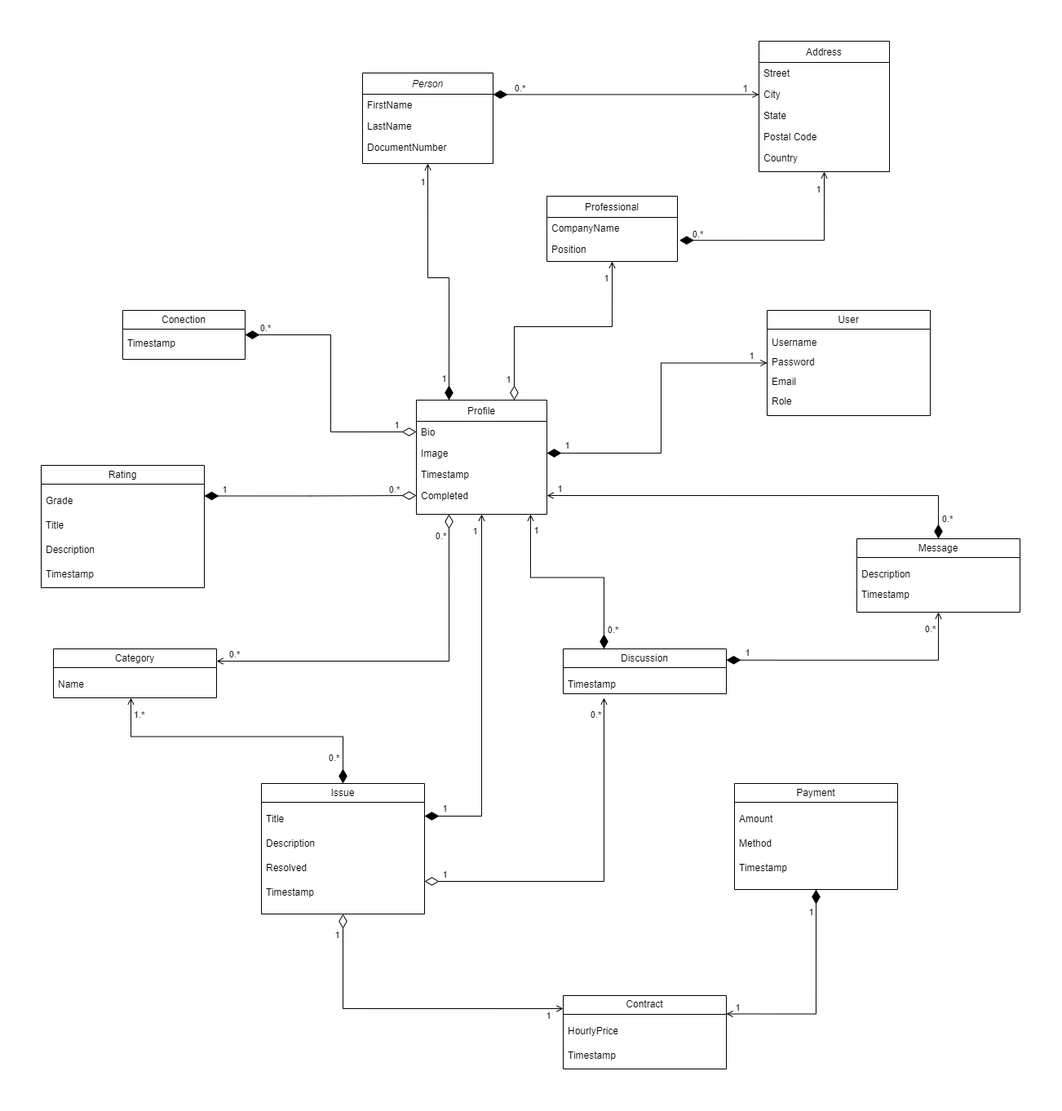
Before: assets/diagrams/Class Diagram.png, a diagram exported from draw.io (messiasGeovani/specialister-docs). Source tidied: cells renumbered, new cells last; positions are measured from the earlier drawing's top-left corner, leaving out a move shared by most shapes.
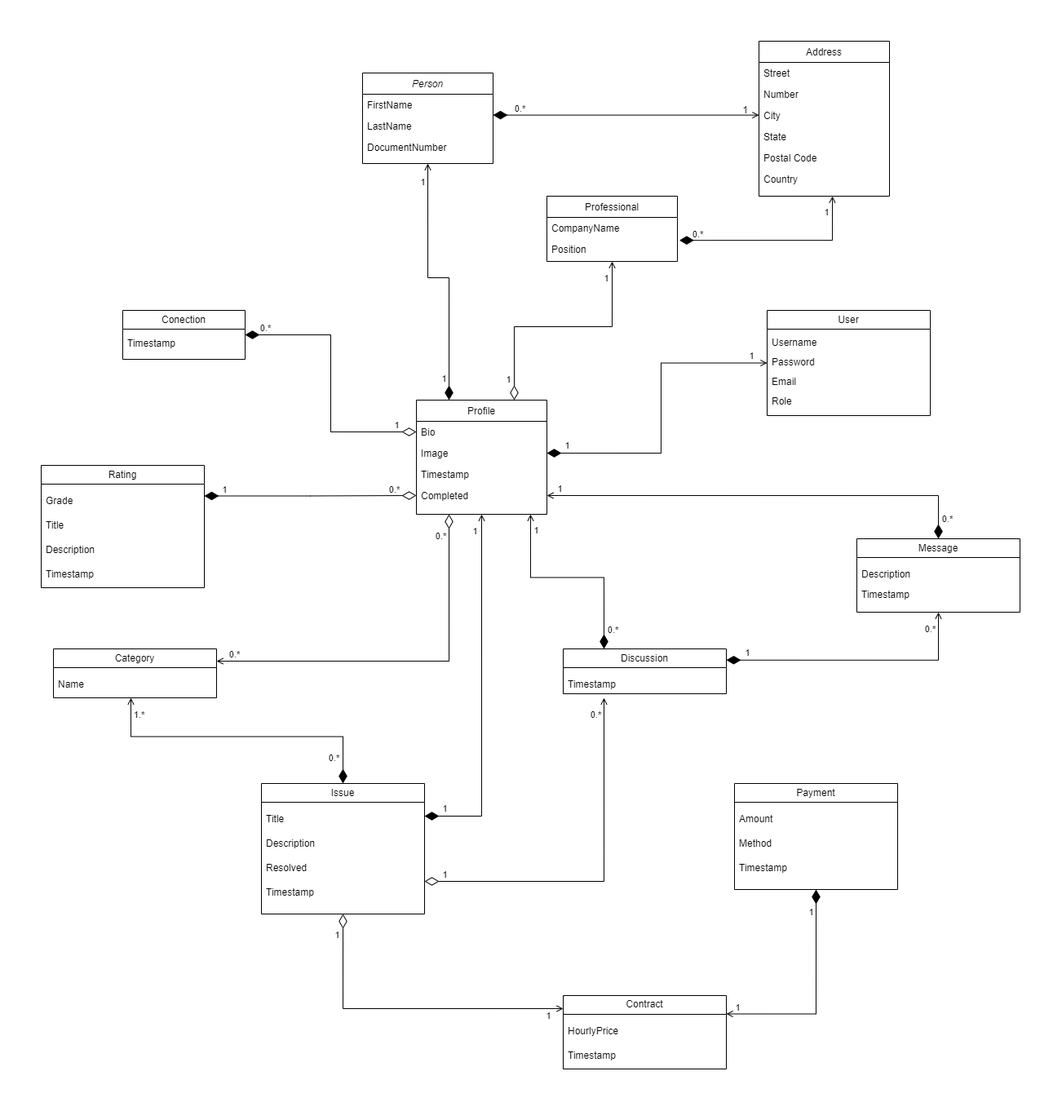
After the commit.

Diff of the diagram source:
```diff
@@ -78,22 +78,25 @@
       <mxGeometry y="104" width="160" height="26" as="geometry" />
     </mxCell>
     <mxCell id="23" value="Address" style="swimlane;fontStyle=0;align=center;verticalAlign=top;horizontal=1;startSize=26;rounded=0;shadow=0;strokeWidth=1;" parent="1" vertex="1">
-      <mxGeometry x="880" width="160" height="160" as="geometry" />
+      <mxGeometry x="880" width="160" height="190" as="geometry" />
     </mxCell>
+    <mxCell id="99" value="Street" style="text;align=left;verticalAlign=top;spacingLeft=4;spacingRight=4;overflow=hidden;" parent="23" vertex="1">
+      <mxGeometry y="26" width="160" height="26" as="geometry" />
+    </mxCell>
-    <mxCell id="24" value="Street" style="text;align=left;verticalAlign=top;spacingLeft=4;spacingRight=4;overflow=hidden;" parent="23" vertex="1">
-      <mxGeometry y="26" width="160" height="26" as="geometry" />
+    <mxCell id="24" value="Number" style="text;align=left;verticalAlign=top;spacingLeft=4;spacingRight=4;overflow=hidden;" parent="23" vertex="1">
+      <mxGeometry y="52" width="160" height="26" as="geometry" />
     </mxCell>
     <mxCell id="25" value="City" style="text;align=left;verticalAlign=top;spacingLeft=4;spacingRight=4;overflow=hidden;points=[[0,0.5],[1,0.5]];portConstraint=eastwest;rounded=0;shadow=0;html=0;" parent="23" vertex="1">
-      <mxGeometry y="52" width="160" height="26" as="geometry" />
+      <mxGeometry y="78" width="160" height="26" as="geometry" />
     </mxCell>
     <mxCell id="26" value="State" style="text;align=left;verticalAlign=top;spacingLeft=4;spacingRight=4;overflow=hidden;rounded=0;shadow=0;html=0;" parent="23" vertex="1">
-      <mxGeometry y="78" width="160" height="26" as="geometry" />
+      <mxGeometry y="104" width="160" height="26" as="geometry" />
     </mxCell>
     <mxCell id="27" value="Postal Code" style="text;align=left;verticalAlign=top;spacingLeft=4;spacingRight=4;overflow=hidden;rounded=0;shadow=0;html=0;" parent="23" vertex="1">
-      <mxGeometry y="104" width="160" height="26" as="geometry" />
+      <mxGeometry y="130" width="160" height="26" as="geometry" />
     </mxCell>
     <mxCell id="28" value="Country" style="text;align=left;verticalAlign=top;spacingLeft=4;spacingRight=4;overflow=hidden;rounded=0;shadow=0;html=0;" parent="23" vertex="1">
-      <mxGeometry y="130" width="160" height="26" as="geometry" />
+      <mxGeometry y="156" width="160" height="26" as="geometry" />
     </mxCell>
     <mxCell id="29" style="endArrow=open;shadow=0;strokeWidth=1;rounded=0;endFill=1;edgeStyle=elbowEdgeStyle;elbow=vertical;fontFamily=Helvetica;entryX=0;entryY=0.5;entryDx=0;entryDy=0;startArrow=diamondThin;startFill=1;startSize=15;" parent="1" edge="1" source="5" target="25">
       <mxGeometry x="0.5" y="41" relative="1" as="geometry">
@@ -110,8 +113,10 @@
         <mxPoint x="13" y="-9" as="offset" />
       </mxGeometry>
     </mxCell>
-    <mxCell id="32" style="edgeStyle=orthogonalEdgeStyle;rounded=0;jettySize=auto;html=1;endArrow=open;endFill=0;exitX=1.015;exitY=1.082;exitDx=0;exitDy=0;exitPerimeter=0;startArrow=diamondThin;startFill=1;startSize=15;entryX=0.5;entryY=1;entryDx=0;entryDy=0;" parent="1" edge="1" source="10" target="23">
-      <mxGeometry relative="1" as="geometry" />
+    <mxCell id="32" style="edgeStyle=orthogonalEdgeStyle;rounded=0;jettySize=auto;html=1;endArrow=open;endFill=0;exitX=1.015;exitY=1.082;exitDx=0;exitDy=0;exitPerimeter=0;startArrow=diamondThin;startFill=1;startSize=15;" parent="1" edge="1" source="10">
+      <mxGeometry relative="1" as="geometry">
+        <mxPoint x="970" y="190" as="targetPoint" />
+      </mxGeometry>
     </mxCell>
     <mxCell id="33" value="1" style="edgeLabel;html=1;align=center;verticalAlign=middle;labelBackgroundColor=none;" parent="32" vertex="1">
       <mxGeometry x="0.82" y="-2" relative="1" as="geometry">
```
